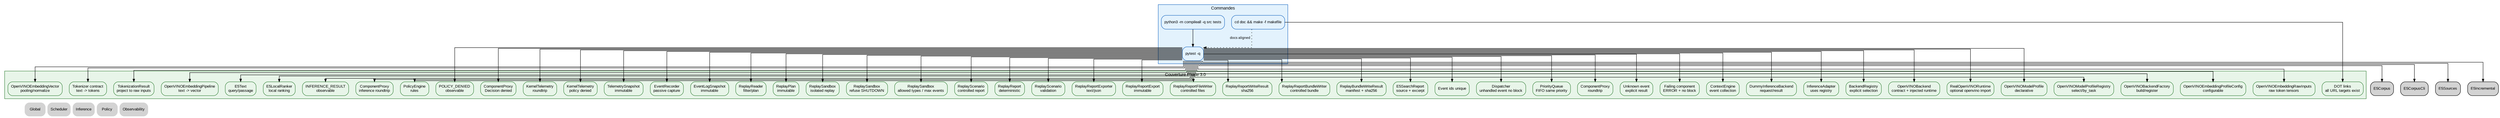
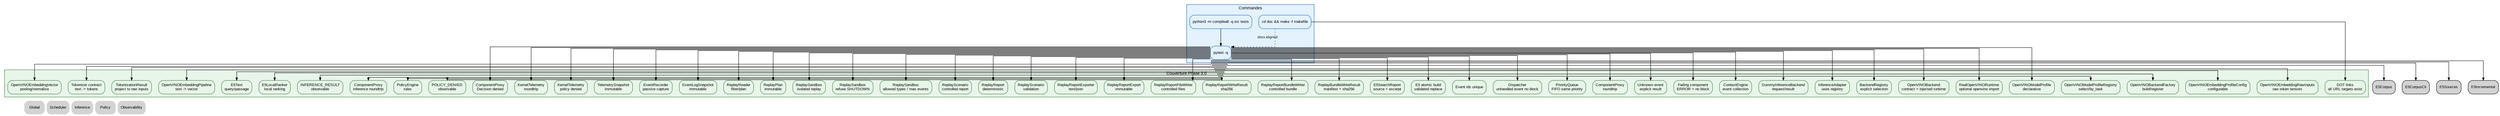
digraph Tests {
    rankdir=TB;
    splines=ortho;

    graph [fontname="Arial", fontsize=11];
    node [shape=box, style="rounded,filled", fontname="Arial", fontsize=10];
    edge [fontname="Arial", fontsize=9, arrowsize=0.7];

    // ROADMAP_NOTE[phase2_9]:
    // Ajout des tests RealOpenVINORuntime avec faux module openvino injecté.
    // Ces tests valident l'import isolé, les entrées brutes, le cache de modèle
    // compilé et l'absence de modèle/tokenizer imposé.

    // ROADMAP_NOTE[phase3_0]:
    // Ajout des tests OpenVINOModelProfile et OpenVINOModelProfileRegistry pour
    // préparer plusieurs modèles sans fallback implicite.

    // ROADMAP_NOTE[phase3_1]:
    // Ajout des tests OpenVINOBackendFactory pour construire et enregistrer un
    // backend depuis un profil explicite sans importer openvino.

    // ROADMAP_NOTE[phase3_2]:
    // Ajout des tests OpenVINOEmbeddingProfileConfig pour déclarer un profil
    // embedding configurable sans modèle local imposé.

    // ROADMAP_NOTE[phase3_3]:
    // Ajout des tests OpenVINOEmbeddingRawInputs et
    // OpenVINOEmbeddingOutputAdapter pour valider tokens bruts, pooling,
    // normalisation et vecteur stable sans tokenizer ni Qdrant.

    // ROADMAP_NOTE[phase3_4]:
    // Ajout des tests TokenizerConfig, TokenizationRequest,
    // TokenizationResult et TokenizerRegistry pour préparer texte -> tokens
    // sans dépendance externe imposée.

    // ROADMAP_NOTE[phase3_6]:
    // Ajout des tests DeterministicTokenizer pour valider un tokenizer concret
    // pure stdlib sans vocabulaire réel ni compatibilité modèle revendiquée.

    // ROADMAP_NOTE[phase3_10]:
    // Ajout des tests E5Text et E5LocalRanker pour verrouiller query/passage
    // et valider un ranking local avant Qdrant.

    // ROADMAP_NOTE[phase3_12]:
    // Ajout des tests E5CorpusBuilder, E5CorpusSearcher, E5CorpusJsonStore
    // et CLI corpus pour persister des passages vectorisés avant Qdrant.

    // ROADMAP_NOTE[phase3_14]:
    // Ajout des tests E5SearchReport et CLI source context pour afficher
    // source_path, lignes et extrait dans les résultats de recherche.

    // ROADMAP_NOTE[phase3_15]:
    // Ajout des tests E5IncrementalCorpusBuilder et CLI --reuse-index pour
    // garantir la réutilisation déterministe des embeddings inchangés.
+ 
+     // ROADMAP_NOTE[phase3_16]:
+     // Ajout des tests E5CorpusJsonStore.write_atomic pour garantir que la
+     // cible n'est remplacée qu'après validation complète du JSON temporaire.

    subgraph cluster_commands {
        label="Commandes";
        color="#1565c0";
        bgcolor="#e3f2fd";
        node [fillcolor="#e3f2fd", color="#1565c0"];
        Compile [label="python3 -m compileall -q src tests"];
        Pytest [label="pytest -q"];
        Dot [label="cd doc && make -f makefile"];
    }

    subgraph cluster_coverage {
        label="Couverture Phase 3.0";
        color="#2e7d32";
        bgcolor="#e8f5e9";
        node [fillcolor="#e8f5e9", color="#2e7d32"];
        EventIds [label="Event ids unique"];
        Dispatcher [label="Dispatcher\nunhandled event no block"];
        Queue [label="PriorityQueue\nFIFO same priority"];
        Proxy [label="ComponentProxy\nroundtrip"];
        Unknown [label="Unknown event\nexplicit result"];
        Failure [label="Failing component\nERROR + no block"];
        Context [label="ContextEngine\nevent collection"];
        Inference [label="DummyInferenceBackend\nrequest/result"];
        InferenceAdapter [label="InferenceAdapter\nuses registry"];
        BackendRegistry [label="BackendRegistry\nexplicit selection"];
        OpenVINOContract [label="OpenVINOBackend\ncontract + injected runtime", URL="../inference/41_openvino_backend.svg"];
        OpenVINORuntime [label="RealOpenVINORuntime\noptional openvino import", URL="../inference/42_openvino_runtime.svg"];
        OpenVINOProfile [label="OpenVINOModelProfile\ndeclarative", URL="../inference/43_openvino_profiles.svg"];
        OpenVINOProfileRegistry [label="OpenVINOModelProfileRegistry\nselect/by_task", URL="../inference/43_openvino_profiles.svg"];
        OpenVINOBackendFactory [label="OpenVINOBackendFactory\nbuild/register", URL="../inference/43_openvino_profiles.svg"];
        OpenVINOEmbeddingProfile [label="OpenVINOEmbeddingProfileConfig\nconfigurable", URL="../inference/44_openvino_embedding_profile.svg"];
        OpenVINOEmbeddingRaw [label="OpenVINOEmbeddingRawInputs\nraw token tensors", URL="../inference/45_openvino_embedding_raw.svg"];
        OpenVINOEmbeddingVector [label="OpenVINOEmbeddingVector\npooling/normalize", URL="../inference/45_openvino_embedding_raw.svg"];
        TokenizerContract [label="Tokenizer contract\ntext -> tokens", URL="../inference/46_tokenizer_contract.svg"];
        TokenizationResult [label="TokenizationResult\nproject to raw inputs", URL="../inference/46_tokenizer_contract.svg"];
        OpenVINOEmbeddingPipeline [label="OpenVINOEmbeddingPipeline\ntext -> vector", URL="../inference/47_openvino_embedding_pipeline.svg"];
        E5Text [label="E5Text\nquery/passage", URL="../inference/49_e5_query_passage.svg"];
        E5LocalRanker [label="E5LocalRanker\nlocal ranking", URL="../inference/49_e5_query_passage.svg"];
        InferenceObs [label="INFERENCE_RESULT\nobservable"];
        InferenceProxy [label="ComponentProxy\ninference roundtrip"];
        PolicyRules [label="PolicyEngine\nrules"];
        PolicyDenied [label="POLICY_DENIED\nobservable"];
        PolicyProxy [label="ComponentProxy\nDecision denied"];
        TelemetryRoundtrip [label="KernelTelemetry\nroundtrip"];
        TelemetryDenied [label="KernelTelemetry\npolicy denied"];
        TelemetrySnapshot [label="TelemetrySnapshot\nimmutable"];
        EventRecorder [label="EventRecorder\npassive capture"];
        EventLogSnapshot [label="EventLogSnapshot\nimmutable"];
        ReplayReader [label="ReplayReader\nfilter/plan"];
        ReplayPlan [label="ReplayPlan\nimmutable"];
        ReplaySandbox [label="ReplaySandbox\nisolated replay"];
        ReplaySandboxDenied [label="ReplaySandbox\nrefuse SHUTDOWN"];
        ReplaySandboxLimits [label="ReplaySandbox\nallowed types / max events"];
        ReplayScenario [label="ReplayScenario\ncontrolled report"];
        ReplayReport [label="ReplayReport\ndeterministic"];
        ReplayScenarioValidation [label="ReplayScenario\nvalidation"];
        ReplayReportExporter [label="ReplayReportExporter\ntext/json"];
        ReplayReportExport [label="ReplayReportExport\nimmutable"];
        ReplayReportFileWriter [label="ReplayReportFileWriter\ncontrolled files"];
        ReplayReportWriteResult [label="ReplayReportWriteResult\nsha256"];
        ReplayReportBundleWriter [label="ReplayReportBundleWriter\ncontrolled bundle"];
        ReplayBundleWriteResult [label="ReplayBundleWriteResult\nmanifest + sha256"];
        E5SearchReport [label="E5SearchReport\nsource + excerpt", URL="../inference/52_e5_search_report.svg"];
+         E5AtomicBuild [label="E5 atomic build\nvalidated replace", URL="../inference/54_e5_atomic_build.svg"];
        DotLinks [label="DOT links\nall URL targets exist"];
    }

    Compile -> Pytest;
    Pytest -> EventIds;
    Pytest -> Dispatcher;
    Pytest -> Queue;
    Pytest -> Proxy;
    Pytest -> Unknown;
    Pytest -> Failure;
    Pytest -> Context;
    Pytest -> Inference;
    Pytest -> InferenceAdapter;
    Pytest -> BackendRegistry;
    Pytest -> OpenVINOContract;
    Pytest -> OpenVINORuntime;
    Pytest -> OpenVINOProfile;
    Pytest -> OpenVINOProfileRegistry;
    Pytest -> OpenVINOBackendFactory;
    Pytest -> OpenVINOEmbeddingProfile;
    Pytest -> OpenVINOEmbeddingRaw;
    Pytest -> OpenVINOEmbeddingVector;
    Pytest -> TokenizerContract;
    Pytest -> TokenizationResult;
    Pytest -> OpenVINOEmbeddingPipeline;
    Pytest -> E5Text;
    Pytest -> E5LocalRanker;
    Pytest -> E5Corpus;
    Pytest -> E5CorpusCli;
    Pytest -> E5Sources;
    Pytest -> E5SearchReport;
    Pytest -> E5Incremental;
+     Pytest -> E5AtomicBuild;
    Pytest -> InferenceObs;
    Pytest -> InferenceProxy;
    Pytest -> PolicyRules;
    Pytest -> PolicyDenied;
    Pytest -> PolicyProxy;
    Pytest -> TelemetryRoundtrip;
    Pytest -> TelemetryDenied;
    Pytest -> TelemetrySnapshot;
    Pytest -> EventRecorder;
    Pytest -> EventLogSnapshot;
    Pytest -> ReplayReader;
    Pytest -> ReplayPlan;
    Pytest -> ReplaySandbox;
    Pytest -> ReplaySandboxDenied;
    Pytest -> ReplaySandboxLimits;
    Pytest -> ReplayScenario;
    Pytest -> ReplayReport;
    Pytest -> ReplayScenarioValidation;
    Pytest -> ReplayReportExporter;
    Pytest -> ReplayReportExport;
    Pytest -> ReplayReportFileWriter;
    Pytest -> ReplayReportWriteResult;
    Pytest -> ReplayReportBundleWriter;
    Pytest -> ReplayBundleWriteResult;
    Dot -> DotLinks;
    Dot -> Pytest [style=dotted, label="docs aligned"];

    Nav_Global [label="Global", shape=plaintext, URL="../00_global.svg"];
    Nav_Scheduler [label="Scheduler", shape=plaintext, URL="../scheduler/10_scheduler.svg"];
    Nav_Inference [label="Inference", shape=plaintext, URL="../inference/40_inference.svg"];
    Nav_Policy [label="Policy", shape=plaintext, URL="../00_global.svg"];
    Nav_Observability [label="Observability", shape=plaintext, URL="../observability/70_observability.svg"];

    { rank=sink; Nav_Global; Nav_Scheduler; Nav_Inference; Nav_Policy; Nav_Observability; }
}
